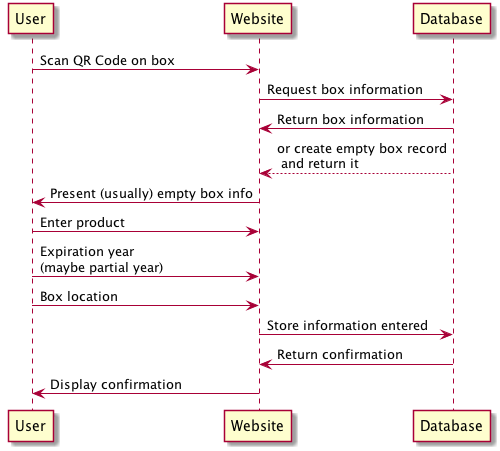
Earlier version of the PlantUML export docs/source/CheckinSequenceDiagram.png (w-a-r-m-inventory-system/Food-Pantry-Inventory). Its diagram source:
```plantuml
@startuml
User -> Website: Scan QR Code on box
Website -> Database: Request box information

Website <- Database: Return box information
Website <-- Database: or create empty box record\n and return it
User <- Website: Present (usually) empty box info
User -> Website: Enter product
User -> Website: Expiration year\n(maybe partial year)
User -> Website: Box location
Website -> Database: Store information entered
Website <- Database: Return confirmation
User <- Website: Display confirmation
@enduml
```
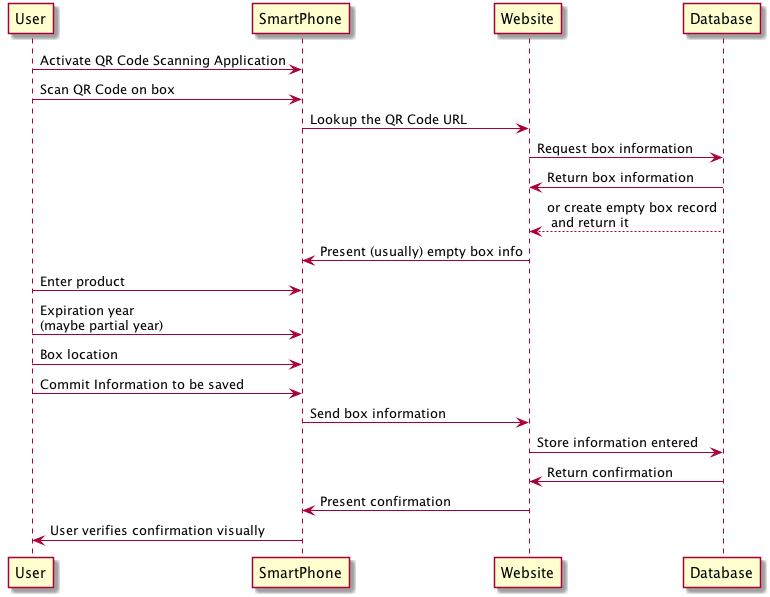
Above is the later version.

Commit message:
Add more uML source and diagrams for checkout and move box.

The edit, as a diff of the source:
```diff
@@ -1,14 +1,20 @@
 @startuml
-User -> Website: Scan QR Code on box
+User -> SmartPhone: Activate QR Code Scanning Application
+User -> SmartPhone: Scan QR Code on box
+SmartPhone -> Website: Lookup the QR Code URL
 Website -> Database: Request box information
 
 Website <- Database: Return box information
 Website <-- Database: or create empty box record\n and return it
-User <- Website: Present (usually) empty box info
-User -> Website: Enter product
-User -> Website: Expiration year\n(maybe partial year)
-User -> Website: Box location
+Website -> SmartPhone: Present (usually) empty box info
+
+User -> SmartPhone: Enter product
+User -> SmartPhone: Expiration year\n(maybe partial year)
+User -> SmartPhone: Box location
+User -> SmartPhone: Commit Information to be saved
+SmartPhone -> Website: Send box information
 Website -> Database: Store information entered
 Website <- Database: Return confirmation
-User <- Website: Display confirmation
+SmartPhone <- Website: Present confirmation
+User <- SmartPhone: User verifies confirmation visually
 @enduml
```
